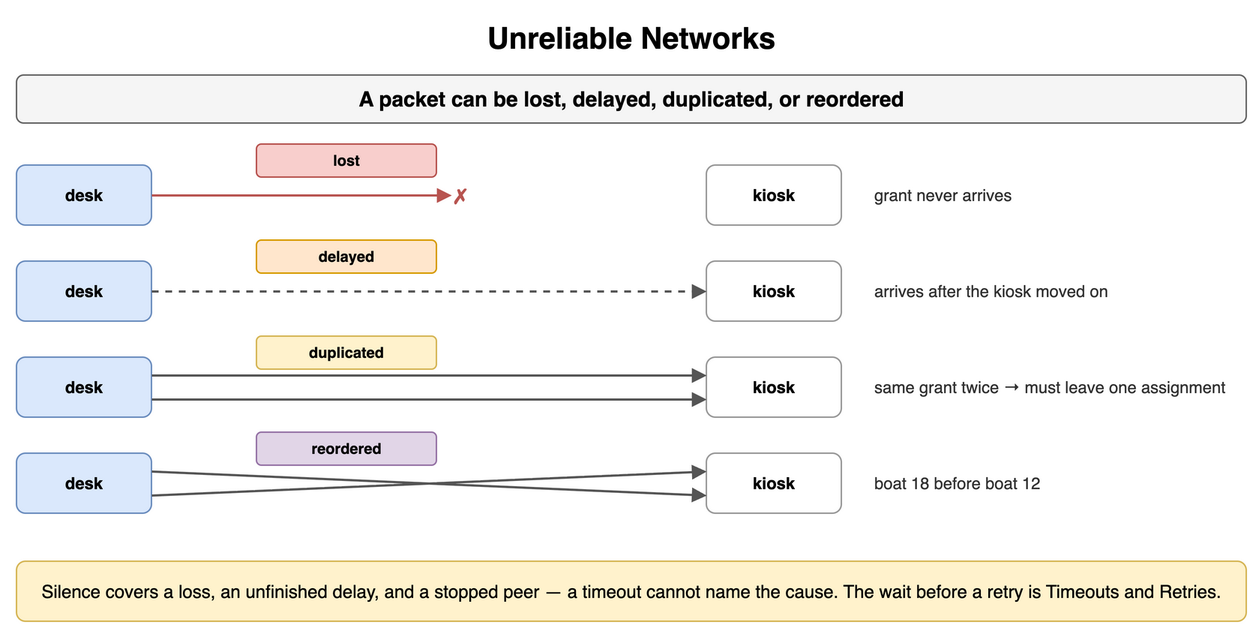
The draw.io diagram content/09_System_Design_Interview/15_Distributed_System_Failure_Modes/diagrams/failure-modes-2-unreliable-networks.png in amendez13/swe-study-guide, before a commit. Source tidied: cells renumbered, new cells last; positions are measured from the earlier drawing's top-left corner, leaving out a move shared by most shapes. Source of this version:
```xml
<mxGraphModel>
  <root>
    <mxCell id="0" />
    <mxCell id="1" parent="0" />
    <mxCell id="2" value="Unreliable Networks" style="text;html=1;align=center;verticalAlign=middle;whiteSpace=wrap;fontSize=20;fontStyle=1;" parent="1" vertex="1">
      <mxGeometry width="820" height="30" as="geometry" />
    </mxCell>
    <mxCell id="3" value="A packet can be lost, delayed, duplicated, or reordered" style="rounded=1;whiteSpace=wrap;html=1;fillColor=#f5f5f5;strokeColor=#666666;fontStyle=1;fontSize=14;" parent="1" vertex="1">
      <mxGeometry y="40" width="820" height="32" as="geometry" />
    </mxCell>
    <mxCell id="4" value="desk" style="rounded=1;whiteSpace=wrap;html=1;fillColor=#dae8fc;strokeColor=#6c8ebf;fontSize=11;align=center;fontStyle=1;" parent="1" vertex="1">
      <mxGeometry y="100" width="90" height="40" as="geometry" />
    </mxCell>
    <mxCell id="5" value="kiosk" style="rounded=1;whiteSpace=wrap;html=1;fillColor=#ffffff;strokeColor=#999999;fontSize=11;align=center;fontStyle=1;" parent="1" vertex="1">
      <mxGeometry x="460" y="100" width="90" height="40" as="geometry" />
    </mxCell>
    <mxCell id="6" style="endArrow=block;endSize=6;html=1;strokeWidth=1.5;strokeColor=#b85450;fontSize=11;labelBackgroundColor=#ffffff;fontColor=#b85450;fontStyle=1;" parent="1" edge="1">
      <mxGeometry relative="1" as="geometry">
        <mxPoint x="90" y="120" as="sourcePoint" />
        <mxPoint x="290" y="120" as="targetPoint" />
      </mxGeometry>
    </mxCell>
    <mxCell id="7" value="✗" style="text;html=1;whiteSpace=wrap;fontSize=11;align=left;verticalAlign=middle;fontSize=14;fontColor=#b85450;fontStyle=1;" parent="1" vertex="1">
      <mxGeometry x="290" y="108" width="20" height="24" as="geometry" />
    </mxCell>
    <mxCell id="8" value="lost" style="rounded=1;whiteSpace=wrap;html=1;fillColor=#f8cecc;strokeColor=#b85450;fontSize=10;align=center;fontStyle=1;" parent="1" vertex="1">
      <mxGeometry x="160" y="86" width="120" height="22" as="geometry" />
    </mxCell>
    <mxCell id="9" value="grant never arrives" style="text;html=1;whiteSpace=wrap;fontSize=11;align=left;verticalAlign=middle;fontSize=11;fontColor=#333333;" parent="1" vertex="1">
      <mxGeometry x="570" y="100" width="250" height="40" as="geometry" />
    </mxCell>
    <mxCell id="10" value="desk" style="rounded=1;whiteSpace=wrap;html=1;fillColor=#dae8fc;strokeColor=#6c8ebf;fontSize=11;align=center;fontStyle=1;" parent="1" vertex="1">
      <mxGeometry y="164" width="90" height="40" as="geometry" />
    </mxCell>
    <mxCell id="11" value="kiosk" style="rounded=1;whiteSpace=wrap;html=1;fillColor=#ffffff;strokeColor=#999999;fontSize=11;align=center;fontStyle=1;" parent="1" vertex="1">
      <mxGeometry x="460" y="164" width="90" height="40" as="geometry" />
    </mxCell>
    <mxCell id="12" style="endArrow=block;endSize=6;html=1;strokeWidth=1.5;strokeColor=#555555;fontSize=11;labelBackgroundColor=#ffffff;dashed=1;" parent="1" edge="1">
      <mxGeometry relative="1" as="geometry">
        <mxPoint x="90" y="184" as="sourcePoint" />
        <mxPoint x="460" y="184" as="targetPoint" />
      </mxGeometry>
    </mxCell>
    <mxCell id="13" value="delayed" style="rounded=1;whiteSpace=wrap;html=1;fillColor=#ffe6cc;strokeColor=#d79b00;fontSize=10;align=center;fontStyle=1;" parent="1" vertex="1">
      <mxGeometry x="160" y="150" width="120" height="22" as="geometry" />
    </mxCell>
    <mxCell id="14" value="arrives after the kiosk moved on" style="text;html=1;whiteSpace=wrap;fontSize=11;align=left;verticalAlign=middle;fontSize=11;fontColor=#333333;" parent="1" vertex="1">
      <mxGeometry x="570" y="164" width="250" height="40" as="geometry" />
    </mxCell>
    <mxCell id="15" value="desk" style="rounded=1;whiteSpace=wrap;html=1;fillColor=#dae8fc;strokeColor=#6c8ebf;fontSize=11;align=center;fontStyle=1;" parent="1" vertex="1">
      <mxGeometry y="228" width="90" height="40" as="geometry" />
    </mxCell>
    <mxCell id="16" value="kiosk" style="rounded=1;whiteSpace=wrap;html=1;fillColor=#ffffff;strokeColor=#999999;fontSize=11;align=center;fontStyle=1;" parent="1" vertex="1">
      <mxGeometry x="460" y="228" width="90" height="40" as="geometry" />
    </mxCell>
    <mxCell id="17" style="endArrow=block;endSize=6;html=1;strokeWidth=1.5;strokeColor=#555555;fontSize=11;labelBackgroundColor=#ffffff;" parent="1" edge="1">
      <mxGeometry relative="1" as="geometry">
        <mxPoint x="90" y="240" as="sourcePoint" />
        <mxPoint x="460" y="240" as="targetPoint" />
      </mxGeometry>
    </mxCell>
    <mxCell id="18" style="endArrow=block;endSize=6;html=1;strokeWidth=1.5;strokeColor=#555555;fontSize=11;labelBackgroundColor=#ffffff;" parent="1" edge="1">
      <mxGeometry relative="1" as="geometry">
        <mxPoint x="90" y="256" as="sourcePoint" />
        <mxPoint x="460" y="256" as="targetPoint" />
      </mxGeometry>
    </mxCell>
    <mxCell id="19" value="duplicated" style="rounded=1;whiteSpace=wrap;html=1;fillColor=#fff2cc;strokeColor=#d6b656;fontSize=10;align=center;fontStyle=1;" parent="1" vertex="1">
      <mxGeometry x="160" y="214" width="120" height="22" as="geometry" />
    </mxCell>
    <mxCell id="20" value="same grant twice → must leave one assignment" style="text;html=1;whiteSpace=wrap;fontSize=11;align=left;verticalAlign=middle;fontSize=11;fontColor=#333333;" parent="1" vertex="1">
      <mxGeometry x="570" y="228" width="250" height="40" as="geometry" />
    </mxCell>
    <mxCell id="21" value="desk" style="rounded=1;whiteSpace=wrap;html=1;fillColor=#dae8fc;strokeColor=#6c8ebf;fontSize=11;align=center;fontStyle=1;" parent="1" vertex="1">
      <mxGeometry y="292" width="90" height="40" as="geometry" />
    </mxCell>
    <mxCell id="22" value="kiosk" style="rounded=1;whiteSpace=wrap;html=1;fillColor=#ffffff;strokeColor=#999999;fontSize=11;align=center;fontStyle=1;" parent="1" vertex="1">
      <mxGeometry x="460" y="292" width="90" height="40" as="geometry" />
    </mxCell>
    <mxCell id="23" style="endArrow=block;endSize=6;html=1;strokeWidth=1.5;strokeColor=#555555;fontSize=11;labelBackgroundColor=#ffffff;" parent="1" edge="1">
      <mxGeometry relative="1" as="geometry">
        <mxPoint x="90" y="304" as="sourcePoint" />
        <mxPoint x="460" y="320" as="targetPoint" />
      </mxGeometry>
    </mxCell>
    <mxCell id="24" style="endArrow=block;endSize=6;html=1;strokeWidth=1.5;strokeColor=#555555;fontSize=11;labelBackgroundColor=#ffffff;" parent="1" edge="1">
      <mxGeometry relative="1" as="geometry">
        <mxPoint x="90" y="320" as="sourcePoint" />
        <mxPoint x="460" y="304" as="targetPoint" />
      </mxGeometry>
    </mxCell>
    <mxCell id="25" value="reordered" style="rounded=1;whiteSpace=wrap;html=1;fillColor=#e1d5e7;strokeColor=#9673a6;fontSize=10;align=center;fontStyle=1;" parent="1" vertex="1">
      <mxGeometry x="160" y="278" width="120" height="22" as="geometry" />
    </mxCell>
    <mxCell id="26" value="boat 18 before boat 12" style="text;html=1;whiteSpace=wrap;fontSize=11;align=left;verticalAlign=middle;fontSize=11;fontColor=#333333;" parent="1" vertex="1">
      <mxGeometry x="570" y="292" width="250" height="40" as="geometry" />
    </mxCell>
    <mxCell id="27" value="Silence covers a loss, an unfinished delay, and a stopped peer — a timeout cannot name the cause. The wait before a retry is Timeouts and Retries." style="rounded=1;whiteSpace=wrap;html=1;fillColor=#fff2cc;strokeColor=#d6b656;fontSize=12;align=center;" parent="1" vertex="1">
      <mxGeometry y="364" width="820" height="40" as="geometry" />
    </mxCell>
  </root>
</mxGraphModel>
```
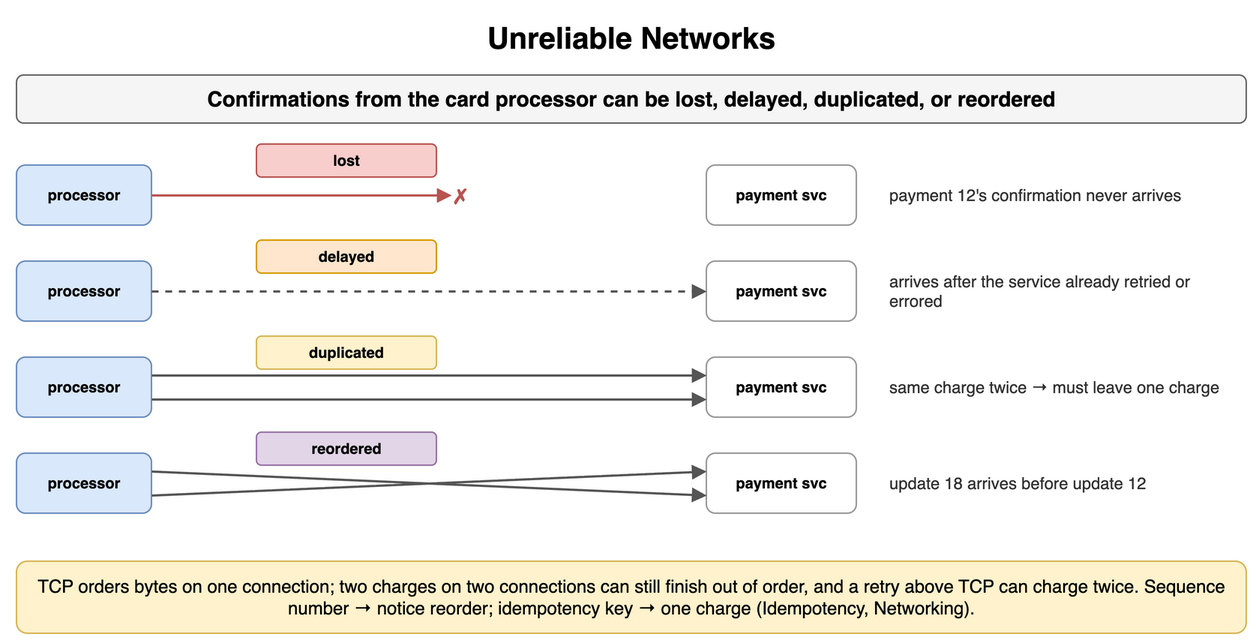
After the change.

The edit, as a diff of the source:
```diff
@@ -5,14 +5,14 @@
     <mxCell id="2" value="Unreliable Networks" style="text;html=1;align=center;verticalAlign=middle;whiteSpace=wrap;fontSize=20;fontStyle=1;" parent="1" vertex="1">
       <mxGeometry width="820" height="30" as="geometry" />
     </mxCell>
-    <mxCell id="3" value="A packet can be lost, delayed, duplicated, or reordered" style="rounded=1;whiteSpace=wrap;html=1;fillColor=#f5f5f5;strokeColor=#666666;fontStyle=1;fontSize=14;" parent="1" vertex="1">
+    <mxCell id="3" value="Confirmations from the card processor can be lost, delayed, duplicated, or reordered" style="rounded=1;whiteSpace=wrap;html=1;fillColor=#f5f5f5;strokeColor=#666666;fontStyle=1;fontSize=14;" parent="1" vertex="1">
       <mxGeometry y="40" width="820" height="32" as="geometry" />
     </mxCell>
-    <mxCell id="4" value="desk" style="rounded=1;whiteSpace=wrap;html=1;fillColor=#dae8fc;strokeColor=#6c8ebf;fontSize=11;align=center;fontStyle=1;" parent="1" vertex="1">
+    <mxCell id="4" value="processor" style="rounded=1;whiteSpace=wrap;html=1;fillColor=#dae8fc;strokeColor=#6c8ebf;fontSize=10;align=center;fontStyle=1;" parent="1" vertex="1">
       <mxGeometry y="100" width="90" height="40" as="geometry" />
     </mxCell>
-    <mxCell id="5" value="kiosk" style="rounded=1;whiteSpace=wrap;html=1;fillColor=#ffffff;strokeColor=#999999;fontSize=11;align=center;fontStyle=1;" parent="1" vertex="1">
-      <mxGeometry x="460" y="100" width="90" height="40" as="geometry" />
+    <mxCell id="5" value="payment svc" style="rounded=1;whiteSpace=wrap;html=1;fillColor=#ffffff;strokeColor=#999999;fontSize=10;align=center;fontStyle=1;" parent="1" vertex="1">
+      <mxGeometry x="460" y="100" width="100" height="40" as="geometry" />
     </mxCell>
     <mxCell id="6" style="endArrow=block;endSize=6;html=1;strokeWidth=1.5;strokeColor=#b85450;fontSize=11;labelBackgroundColor=#ffffff;fontColor=#b85450;fontStyle=1;" parent="1" edge="1">
       <mxGeometry relative="1" as="geometry">
@@ -26,14 +26,14 @@
     <mxCell id="8" value="lost" style="rounded=1;whiteSpace=wrap;html=1;fillColor=#f8cecc;strokeColor=#b85450;fontSize=10;align=center;fontStyle=1;" parent="1" vertex="1">
       <mxGeometry x="160" y="86" width="120" height="22" as="geometry" />
     </mxCell>
-    <mxCell id="9" value="grant never arrives" style="text;html=1;whiteSpace=wrap;fontSize=11;align=left;verticalAlign=middle;fontSize=11;fontColor=#333333;" parent="1" vertex="1">
-      <mxGeometry x="570" y="100" width="250" height="40" as="geometry" />
+    <mxCell id="9" value="payment 12's confirmation never arrives" style="text;html=1;whiteSpace=wrap;fontSize=11;align=left;verticalAlign=middle;fontSize=11;fontColor=#333333;" parent="1" vertex="1">
+      <mxGeometry x="580" y="100" width="240" height="40" as="geometry" />
     </mxCell>
-    <mxCell id="10" value="desk" style="rounded=1;whiteSpace=wrap;html=1;fillColor=#dae8fc;strokeColor=#6c8ebf;fontSize=11;align=center;fontStyle=1;" parent="1" vertex="1">
+    <mxCell id="10" value="processor" style="rounded=1;whiteSpace=wrap;html=1;fillColor=#dae8fc;strokeColor=#6c8ebf;fontSize=10;align=center;fontStyle=1;" parent="1" vertex="1">
       <mxGeometry y="164" width="90" height="40" as="geometry" />
     </mxCell>
-    <mxCell id="11" value="kiosk" style="rounded=1;whiteSpace=wrap;html=1;fillColor=#ffffff;strokeColor=#999999;fontSize=11;align=center;fontStyle=1;" parent="1" vertex="1">
-      <mxGeometry x="460" y="164" width="90" height="40" as="geometry" />
+    <mxCell id="11" value="payment svc" style="rounded=1;whiteSpace=wrap;html=1;fillColor=#ffffff;strokeColor=#999999;fontSize=10;align=center;fontStyle=1;" parent="1" vertex="1">
+      <mxGeometry x="460" y="164" width="100" height="40" as="geometry" />
     </mxCell>
     <mxCell id="12" style="endArrow=block;endSize=6;html=1;strokeWidth=1.5;strokeColor=#555555;fontSize=11;labelBackgroundColor=#ffffff;dashed=1;" parent="1" edge="1">
       <mxGeometry relative="1" as="geometry">
@@ -44,14 +44,14 @@
     <mxCell id="13" value="delayed" style="rounded=1;whiteSpace=wrap;html=1;fillColor=#ffe6cc;strokeColor=#d79b00;fontSize=10;align=center;fontStyle=1;" parent="1" vertex="1">
       <mxGeometry x="160" y="150" width="120" height="22" as="geometry" />
     </mxCell>
-    <mxCell id="14" value="arrives after the kiosk moved on" style="text;html=1;whiteSpace=wrap;fontSize=11;align=left;verticalAlign=middle;fontSize=11;fontColor=#333333;" parent="1" vertex="1">
-      <mxGeometry x="570" y="164" width="250" height="40" as="geometry" />
+    <mxCell id="14" value="arrives after the service already retried or errored" style="text;html=1;whiteSpace=wrap;fontSize=11;align=left;verticalAlign=middle;fontSize=11;fontColor=#333333;" parent="1" vertex="1">
+      <mxGeometry x="580" y="164" width="240" height="40" as="geometry" />
     </mxCell>
-    <mxCell id="15" value="desk" style="rounded=1;whiteSpace=wrap;html=1;fillColor=#dae8fc;strokeColor=#6c8ebf;fontSize=11;align=center;fontStyle=1;" parent="1" vertex="1">
+    <mxCell id="15" value="processor" style="rounded=1;whiteSpace=wrap;html=1;fillColor=#dae8fc;strokeColor=#6c8ebf;fontSize=10;align=center;fontStyle=1;" parent="1" vertex="1">
       <mxGeometry y="228" width="90" height="40" as="geometry" />
     </mxCell>
-    <mxCell id="16" value="kiosk" style="rounded=1;whiteSpace=wrap;html=1;fillColor=#ffffff;strokeColor=#999999;fontSize=11;align=center;fontStyle=1;" parent="1" vertex="1">
-      <mxGeometry x="460" y="228" width="90" height="40" as="geometry" />
+    <mxCell id="16" value="payment svc" style="rounded=1;whiteSpace=wrap;html=1;fillColor=#ffffff;strokeColor=#999999;fontSize=10;align=center;fontStyle=1;" parent="1" vertex="1">
+      <mxGeometry x="460" y="228" width="100" height="40" as="geometry" />
     </mxCell>
     <mxCell id="17" style="endArrow=block;endSize=6;html=1;strokeWidth=1.5;strokeColor=#555555;fontSize=11;labelBackgroundColor=#ffffff;" parent="1" edge="1">
       <mxGeometry relative="1" as="geometry">
@@ -68,14 +68,14 @@
     <mxCell id="19" value="duplicated" style="rounded=1;whiteSpace=wrap;html=1;fillColor=#fff2cc;strokeColor=#d6b656;fontSize=10;align=center;fontStyle=1;" parent="1" vertex="1">
       <mxGeometry x="160" y="214" width="120" height="22" as="geometry" />
     </mxCell>
-    <mxCell id="20" value="same grant twice → must leave one assignment" style="text;html=1;whiteSpace=wrap;fontSize=11;align=left;verticalAlign=middle;fontSize=11;fontColor=#333333;" parent="1" vertex="1">
-      <mxGeometry x="570" y="228" width="250" height="40" as="geometry" />
+    <mxCell id="20" value="same charge twice → must leave one charge" style="text;html=1;whiteSpace=wrap;fontSize=11;align=left;verticalAlign=middle;fontSize=11;fontColor=#333333;" parent="1" vertex="1">
+      <mxGeometry x="580" y="228" width="240" height="40" as="geometry" />
     </mxCell>
-    <mxCell id="21" value="desk" style="rounded=1;whiteSpace=wrap;html=1;fillColor=#dae8fc;strokeColor=#6c8ebf;fontSize=11;align=center;fontStyle=1;" parent="1" vertex="1">
+    <mxCell id="21" value="processor" style="rounded=1;whiteSpace=wrap;html=1;fillColor=#dae8fc;strokeColor=#6c8ebf;fontSize=10;align=center;fontStyle=1;" parent="1" vertex="1">
       <mxGeometry y="292" width="90" height="40" as="geometry" />
     </mxCell>
-    <mxCell id="22" value="kiosk" style="rounded=1;whiteSpace=wrap;html=1;fillColor=#ffffff;strokeColor=#999999;fontSize=11;align=center;fontStyle=1;" parent="1" vertex="1">
-      <mxGeometry x="460" y="292" width="90" height="40" as="geometry" />
+    <mxCell id="22" value="payment svc" style="rounded=1;whiteSpace=wrap;html=1;fillColor=#ffffff;strokeColor=#999999;fontSize=10;align=center;fontStyle=1;" parent="1" vertex="1">
+      <mxGeometry x="460" y="292" width="100" height="40" as="geometry" />
     </mxCell>
     <mxCell id="23" style="endArrow=block;endSize=6;html=1;strokeWidth=1.5;strokeColor=#555555;fontSize=11;labelBackgroundColor=#ffffff;" parent="1" edge="1">
       <mxGeometry relative="1" as="geometry">
@@ -92,11 +92,11 @@
     <mxCell id="25" value="reordered" style="rounded=1;whiteSpace=wrap;html=1;fillColor=#e1d5e7;strokeColor=#9673a6;fontSize=10;align=center;fontStyle=1;" parent="1" vertex="1">
       <mxGeometry x="160" y="278" width="120" height="22" as="geometry" />
     </mxCell>
-    <mxCell id="26" value="boat 18 before boat 12" style="text;html=1;whiteSpace=wrap;fontSize=11;align=left;verticalAlign=middle;fontSize=11;fontColor=#333333;" parent="1" vertex="1">
-      <mxGeometry x="570" y="292" width="250" height="40" as="geometry" />
+    <mxCell id="26" value="update 18 arrives before update 12" style="text;html=1;whiteSpace=wrap;fontSize=11;align=left;verticalAlign=middle;fontSize=11;fontColor=#333333;" parent="1" vertex="1">
+      <mxGeometry x="580" y="292" width="240" height="40" as="geometry" />
     </mxCell>
-    <mxCell id="27" value="Silence covers a loss, an unfinished delay, and a stopped peer — a timeout cannot name the cause. The wait before a retry is Timeouts and Retries." style="rounded=1;whiteSpace=wrap;html=1;fillColor=#fff2cc;strokeColor=#d6b656;fontSize=12;align=center;" parent="1" vertex="1">
-      <mxGeometry y="364" width="820" height="40" as="geometry" />
+    <mxCell id="27" value="TCP orders bytes on one connection; two charges on two connections can still finish out of order, and a retry above TCP can charge twice. Sequence number → notice reorder; idempotency key → one charge (Idempotency, Networking)." style="rounded=1;whiteSpace=wrap;html=1;fillColor=#fff2cc;strokeColor=#d6b656;fontSize=12;align=center;" parent="1" vertex="1">
+      <mxGeometry y="364" width="820" height="48" as="geometry" />
     </mxCell>
   </root>
 </mxGraphModel>
```
